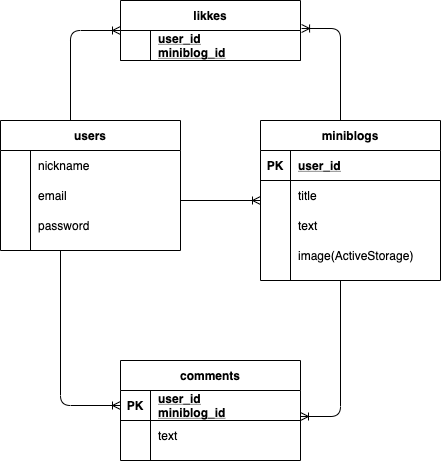
ryamahita0407/kireiminiblog keeps this draw.io diagram as ER.drawio.png. Above is the earlier version. Source tidied: cells renumbered, new cells last; positions are measured from the earlier drawing's top-left corner, leaving out a move shared by most shapes.
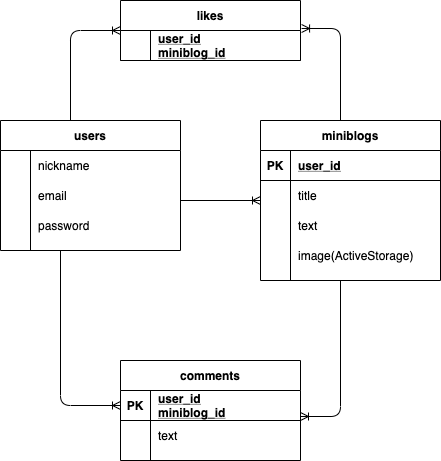
Later version of the same file.

Commit message:
ER図の誤字修正

The edit, as a diff of the source:
```diff
@@ -112,7 +112,7 @@
         <mxPoint x="60" y="250" as="sourcePoint" />
       </mxGeometry>
     </mxCell>
-    <mxCell id="35" value="likkes" style="shape=table;startSize=30;rowLines=0;fontStyle=1;align=center;" parent="1" vertex="1">
+    <mxCell id="35" value="likes" style="shape=table;startSize=30;rowLines=0;fontStyle=1;align=center;" parent="1" vertex="1">
       <mxGeometry x="120" width="180" height="60" as="geometry" />
     </mxCell>
     <mxCell id="36" style="shape=partialRectangle;fillColor=none;top=0;left=0;bottom=1;right=0;points=[[0,0.5],[1,0.5]];portConstraint=eastwest;" parent="35" vertex="1">
```
